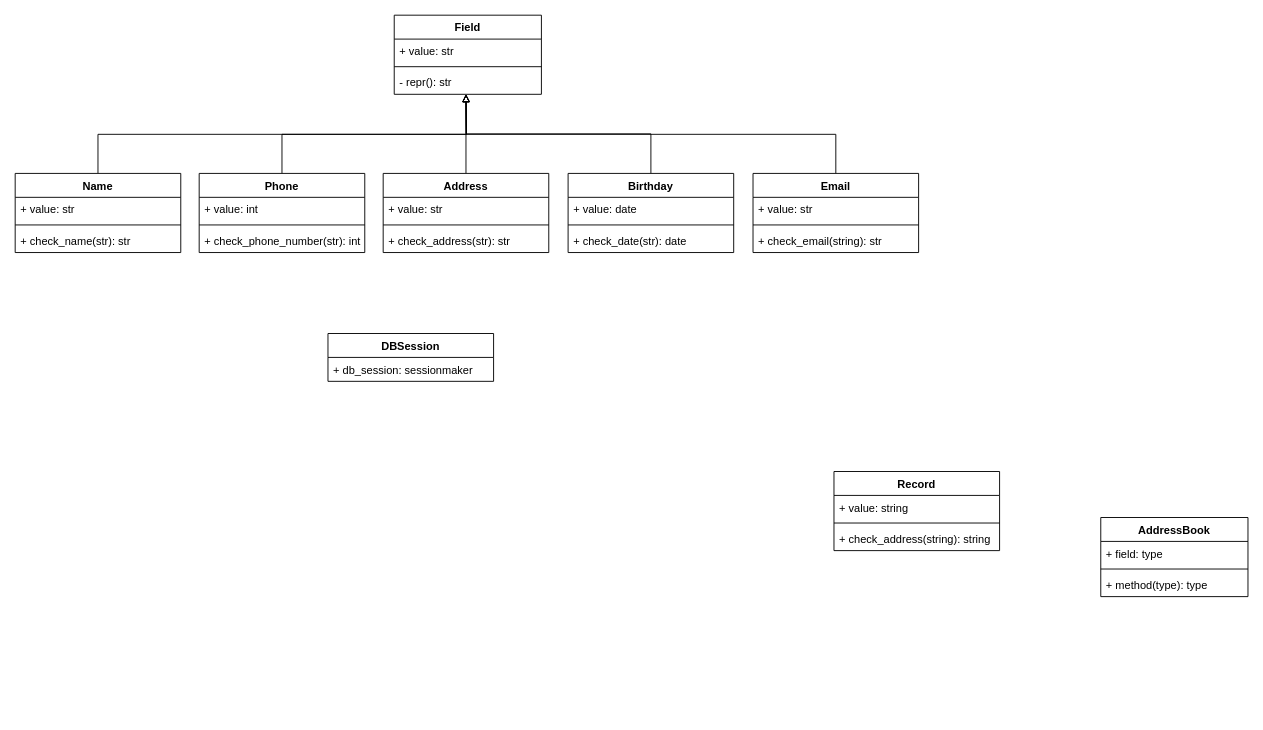
This is page "Страница 2" (2 of 2) of UML/Team-8-command-project.drawio from Pavlomatolikov/Python_web_2.0, a draw.io file, before an edit. Source tidied: cells renumbered, new cells numbered last; positions are measured from the earlier drawing's top-left corner, leaving out a move shared by most shapes. Both pictures are drawn from the tidied source at 92%, with x=0, y=0 at pixel (15, 15).
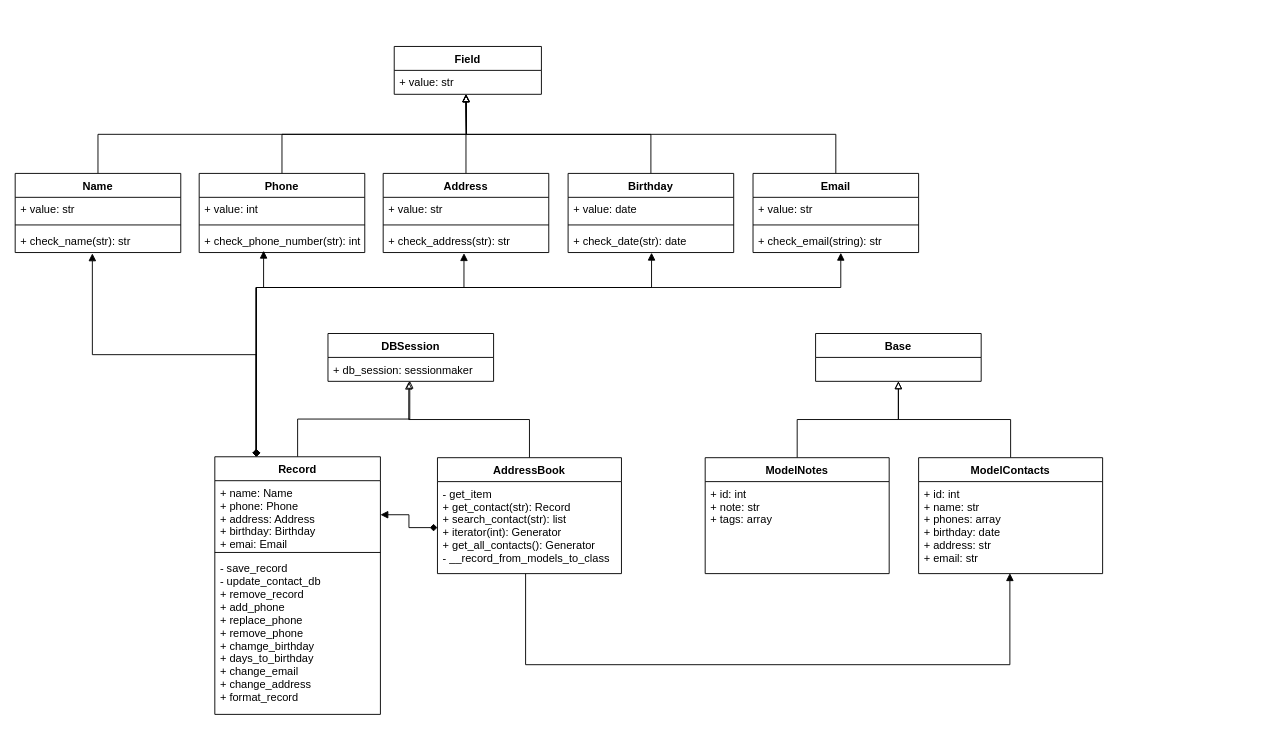
The same page after the edit.

The change refers to these unchanged cells:
```xml
<mxCell id="14" value="+ check_address(str): str" style="text;strokeColor=none;fillColor=none;align=left;verticalAlign=top;spacingLeft=4;spacingRight=4;overflow=hidden;points=[[0,0.5],[1,0.5]];portConstraint=eastwest;" parent="11" vertex="1">
  <mxGeometry y="60" width="180" height="26" as="geometry" />
</mxCell>
<mxCell id="16" value="Birthday" style="swimlane;fontStyle=1;align=center;verticalAlign=top;horizontal=1;startSize=26;" parent="1" vertex="1">
  <mxGeometry x="601" y="172" width="180" height="86" as="geometry" />
</mxCell>
<mxCell id="19" value="+ check_date(str): date" style="text;strokeColor=none;fillColor=none;align=left;verticalAlign=top;spacingLeft=4;spacingRight=4;overflow=hidden;points=[[0,0.5],[1,0.5]];portConstraint=eastwest;" parent="16" vertex="1">
  <mxGeometry y="60" width="180" height="26" as="geometry" />
</mxCell>
<mxCell id="24" value="+ check_email(string): str" style="text;strokeColor=none;fillColor=none;align=left;verticalAlign=top;spacingLeft=4;spacingRight=4;overflow=hidden;points=[[0,0.5],[1,0.5]];portConstraint=eastwest;" parent="21" vertex="1">
  <mxGeometry y="60" width="180" height="26" as="geometry" />
</mxCell>
<mxCell id="29" value="+ check_phone_number(str): int" style="text;strokeColor=none;fillColor=none;align=left;verticalAlign=top;spacingLeft=4;spacingRight=4;overflow=hidden;points=[[0,0.5],[1,0.5]];portConstraint=eastwest;" parent="26" vertex="1">
  <mxGeometry y="60" width="180" height="26" as="geometry" />
</mxCell>
<mxCell id="34" value="+ check_name(str): str" style="text;strokeColor=none;fillColor=none;align=left;verticalAlign=top;spacingLeft=4;spacingRight=4;overflow=hidden;points=[[0,0.5],[1,0.5]];portConstraint=eastwest;" parent="31" vertex="1">
  <mxGeometry y="60" width="180" height="26" as="geometry" />
</mxCell>
<mxCell id="40" value="+ db_session: sessionmaker" style="text;strokeColor=none;fillColor=none;align=left;verticalAlign=top;spacingLeft=4;spacingRight=4;overflow=hidden;points=[[0,0.5],[1,0.5]];portConstraint=eastwest;" parent="39" vertex="1">
  <mxGeometry y="26" width="180" height="26" as="geometry" />
</mxCell>
```

What changed in the source:
```diff
@@
+    <mxCell id="41" style="edgeStyle=orthogonalEdgeStyle;rounded=0;jettySize=auto;html=1;exitX=0.5;exitY=0;exitDx=0;exitDy=0;endArrow=block;endFill=0;entryX=0.488;entryY=1.015;entryDx=0;entryDy=0;entryPerimeter=0;" parent="1" edge="1" source="2" target="40">
+      <mxGeometry relative="1" as="geometry" />
+    </mxCell>
     <mxCell id="2" value="AddressBook" style="swimlane;fontStyle=1;align=center;verticalAlign=top;horizontal=1;startSize=26;" parent="1" vertex="1">
-      <mxGeometry x="1180" y="546" width="160" height="86" as="geometry" />
+      <mxGeometry x="459" y="481" width="200" height="126" as="geometry" />
     </mxCell>
-    <mxCell id="3" value="+ field: type" style="text;strokeColor=none;fillColor=none;align=left;verticalAlign=top;spacingLeft=4;spacingRight=4;overflow=hidden;" parent="2" vertex="1">
-      <mxGeometry y="26" width="160" height="26" as="geometry" />
-    </mxCell>
-    <mxCell id="4" style="line;strokeWidth=1;fillColor=none;align=left;verticalAlign=middle;spacingTop=-1;spacingLeft=3;spacingRight=3;labelPosition=right;strokeColor=inherit;" parent="2" vertex="1">
-      <mxGeometry y="52" width="160" height="8" as="geometry" />
-    </mxCell>
-    <mxCell id="5" value="+ method(type): type" style="text;strokeColor=none;fillColor=none;align=left;verticalAlign=top;spacingLeft=4;spacingRight=4;overflow=hidden;points=[[0,0.5],[1,0.5]];portConstraint=eastwest;" parent="2" vertex="1">
-      <mxGeometry y="60" width="160" height="26" as="geometry" />
+    <mxCell id="5" value="- get_item&#10;+ get_contact(str): Record&#10;+ search_contact(str): list&#10;+ iterator(int): Generator&#10;+ get_all_contacts(): Generator&#10;- __record_from_models_to_class " style="text;strokeColor=none;fillColor=none;align=left;verticalAlign=top;spacingLeft=4;spacingRight=4;overflow=hidden;points=[[0,0.5],[1,0.5]];portConstraint=eastwest;" parent="2" vertex="1">
+      <mxGeometry y="26" width="200" height="100" as="geometry" />
     </mxCell>
     <mxCell id="6" value="Field" style="swimlane;fontStyle=1;align=center;verticalAlign=top;horizontal=1;startSize=26;" parent="1" vertex="1">
-      <mxGeometry x="412" width="160" height="86" as="geometry" />
+      <mxGeometry x="412" y="34" width="160" height="52" as="geometry" />
     </mxCell>
@@
-    <mxCell id="8" style="line;strokeWidth=1;fillColor=none;align=left;verticalAlign=middle;spacingTop=-1;spacingLeft=3;spacingRight=3;labelPosition=right;strokeColor=inherit;" parent="6" vertex="1">
-      <mxGeometry y="52" width="160" height="8" as="geometry" />
-    </mxCell>
-    <mxCell id="9" value="- repr(): str" style="text;strokeColor=none;fillColor=none;align=left;verticalAlign=top;spacingLeft=4;spacingRight=4;overflow=hidden;points=[[0,0.5],[1,0.5]];portConstraint=eastwest;" parent="6" vertex="1">
-      <mxGeometry y="60" width="160" height="26" as="geometry" />
-    </mxCell>
@@
-    <mxCell id="15" style="edgeStyle=orthogonalEdgeStyle;rounded=0;jettySize=auto;html=1;endArrow=block;endFill=0;exitX=0.5;exitY=0;exitDx=0;exitDy=0;entryX=0.488;entryY=1.004;entryDx=0;entryDy=0;entryPerimeter=0;" parent="1" edge="1" source="16" target="9">
-      <mxGeometry relative="1" as="geometry" />
+    <mxCell id="15" style="edgeStyle=orthogonalEdgeStyle;rounded=0;jettySize=auto;html=1;endArrow=block;endFill=0;exitX=0.5;exitY=0;exitDx=0;exitDy=0;entryX=0.488;entryY=1.004;entryDx=0;entryDy=0;entryPerimeter=0;" parent="1" edge="1" source="16">
+      <mxGeometry relative="1" as="geometry">
+        <mxPoint x="490.1" y="86.1" as="targetPoint" />
+      </mxGeometry>
     </mxCell>
@@
+    <mxCell id="42" style="edgeStyle=orthogonalEdgeStyle;rounded=0;jettySize=auto;html=1;exitX=0.5;exitY=0;exitDx=0;exitDy=0;entryX=0.494;entryY=0.978;entryDx=0;entryDy=0;entryPerimeter=0;endArrow=block;endFill=0;" parent="1" edge="1" source="35" target="40">
+      <mxGeometry relative="1" as="geometry" />
+    </mxCell>
+    <mxCell id="43" style="edgeStyle=orthogonalEdgeStyle;rounded=0;jettySize=auto;html=1;exitX=0.25;exitY=0;exitDx=0;exitDy=0;entryX=0.466;entryY=1.034;entryDx=0;entryDy=0;entryPerimeter=0;startArrow=diamond;startFill=1;endArrow=block;endFill=1;" parent="1" edge="1" source="35" target="34">
+      <mxGeometry relative="1" as="geometry" />
+    </mxCell>
+    <mxCell id="44" style="edgeStyle=orthogonalEdgeStyle;rounded=0;jettySize=auto;html=1;exitX=0.25;exitY=0;exitDx=0;exitDy=0;entryX=0.389;entryY=0.923;entryDx=0;entryDy=0;entryPerimeter=0;startArrow=diamond;startFill=1;endArrow=block;endFill=1;" parent="1" edge="1" source="35" target="29">
+      <mxGeometry relative="1" as="geometry">
+        <Array as="points">
+          <mxPoint x="262" y="296" />
+          <mxPoint x="270" y="296" />
+        </Array>
+      </mxGeometry>
+    </mxCell>
+    <mxCell id="45" style="edgeStyle=orthogonalEdgeStyle;rounded=0;jettySize=auto;html=1;exitX=0.25;exitY=0;exitDx=0;exitDy=0;entryX=0.488;entryY=1.025;entryDx=0;entryDy=0;entryPerimeter=0;startArrow=diamond;startFill=1;endArrow=block;endFill=1;" parent="1" edge="1" source="35" target="14">
+      <mxGeometry relative="1" as="geometry">
+        <Array as="points">
+          <mxPoint x="262" y="296" />
+          <mxPoint x="488" y="296" />
+        </Array>
+      </mxGeometry>
+    </mxCell>
+    <mxCell id="46" style="edgeStyle=orthogonalEdgeStyle;rounded=0;jettySize=auto;html=1;exitX=0.25;exitY=0;exitDx=0;exitDy=0;entryX=0.504;entryY=1.006;entryDx=0;entryDy=0;entryPerimeter=0;startArrow=diamond;startFill=1;endArrow=block;endFill=1;" parent="1" edge="1" source="35" target="19">
+      <mxGeometry relative="1" as="geometry">
+        <Array as="points">
+          <mxPoint x="262" y="296" />
+          <mxPoint x="692" y="296" />
+        </Array>
+      </mxGeometry>
+    </mxCell>
+    <mxCell id="47" style="edgeStyle=orthogonalEdgeStyle;rounded=0;jettySize=auto;html=1;exitX=0.25;exitY=0;exitDx=0;exitDy=0;entryX=0.53;entryY=1.009;entryDx=0;entryDy=0;entryPerimeter=0;startArrow=diamond;startFill=1;endArrow=block;endFill=1;" parent="1" edge="1" source="35" target="24">
+      <mxGeometry relative="1" as="geometry">
+        <Array as="points">
+          <mxPoint x="262" y="296" />
+          <mxPoint x="897" y="296" />
+        </Array>
+      </mxGeometry>
+    </mxCell>
     <mxCell id="35" value="Record" style="swimlane;fontStyle=1;align=center;verticalAlign=top;horizontal=1;startSize=26;" parent="1" vertex="1">
-      <mxGeometry x="890" y="496" width="180" height="86" as="geometry" />
+      <mxGeometry x="217" y="480" width="180" height="280" as="geometry" />
     </mxCell>
-    <mxCell id="36" value="+ value: string" style="text;strokeColor=none;fillColor=none;align=left;verticalAlign=top;spacingLeft=4;spacingRight=4;overflow=hidden;points=[[0,0.5],[1,0.5]];portConstraint=eastwest;" parent="35" vertex="1">
-      <mxGeometry y="26" width="180" height="26" as="geometry" />
+    <mxCell id="36" value="+ name: Name&#10;+ phone: Phone&#10;+ address: Address&#10;+ birthday: Birthday&#10;+ emai: Email" style="text;strokeColor=none;fillColor=none;align=left;verticalAlign=top;spacingLeft=4;spacingRight=4;overflow=hidden;points=[[0,0.5],[1,0.5]];portConstraint=eastwest;" parent="35" vertex="1">
+      <mxGeometry y="26" width="180" height="74" as="geometry" />
     </mxCell>
     <mxCell id="37" style="line;strokeWidth=1;fillColor=none;align=left;verticalAlign=middle;spacingTop=-1;spacingLeft=3;spacingRight=3;labelPosition=right;strokeColor=inherit;" parent="35" vertex="1">
-      <mxGeometry y="52" width="180" height="8" as="geometry" />
+      <mxGeometry y="100" width="180" height="8" as="geometry" />
     </mxCell>
-    <mxCell id="38" value="+ check_address(string): string" style="text;strokeColor=none;fillColor=none;align=left;verticalAlign=top;spacingLeft=4;spacingRight=4;overflow=hidden;" parent="35" vertex="1">
-      <mxGeometry y="60" width="180" height="26" as="geometry" />
+    <mxCell id="38" value="- save_record&#10;- update_contact_db&#10;+ remove_record&#10;+ add_phone&#10;+ replace_phone&#10;+ remove_phone&#10;+ chamge_birthday&#10;+ days_to_birthday&#10;+ change_email&#10;+ change_address&#10;+ format_record&#10;" style="text;strokeColor=none;fillColor=none;align=left;verticalAlign=top;spacingLeft=4;spacingRight=4;overflow=hidden;" parent="35" vertex="1">
+      <mxGeometry y="108" width="180" height="172" as="geometry" />
     </mxCell>
@@
+    <mxCell id="48" style="edgeStyle=orthogonalEdgeStyle;rounded=0;jettySize=auto;html=1;exitX=0.5;exitY=0;exitDx=0;exitDy=0;entryX=0.5;entryY=1;entryDx=0;entryDy=0;endArrow=block;endFill=0;" parent="1" edge="1" source="49" target="54">
+      <mxGeometry relative="1" as="geometry" />
+    </mxCell>
+    <mxCell id="49" value="ModelNotes" style="swimlane;fontStyle=1;align=center;verticalAlign=top;horizontal=1;startSize=26;" parent="1" vertex="1">
+      <mxGeometry x="750" y="481" width="200" height="126" as="geometry" />
+    </mxCell>
+    <mxCell id="50" value="+ id: int&#10;+ note: str&#10;+ tags: array" style="text;strokeColor=none;fillColor=none;align=left;verticalAlign=top;spacingLeft=4;spacingRight=4;overflow=hidden;" parent="49" vertex="1">
+      <mxGeometry y="26" width="200" height="100" as="geometry" />
+    </mxCell>
+    <mxCell id="51" style="edgeStyle=orthogonalEdgeStyle;rounded=0;jettySize=auto;html=1;exitX=0.5;exitY=0;exitDx=0;exitDy=0;endArrow=block;endFill=0;entryX=0.5;entryY=1;entryDx=0;entryDy=0;" parent="1" edge="1" source="52" target="54">
+      <mxGeometry relative="1" as="geometry" />
+    </mxCell>
+    <mxCell id="52" value="ModelContacts" style="swimlane;fontStyle=1;align=center;verticalAlign=top;horizontal=1;startSize=26;" parent="1" vertex="1">
+      <mxGeometry x="982" y="481" width="200" height="126" as="geometry" />
+    </mxCell>
+    <mxCell id="53" value="+ id: int&#10;+ name: str&#10;+ phones: array&#10;+ birthday: date&#10;+ address: str&#10;+ email: str" style="text;strokeColor=none;fillColor=none;align=left;verticalAlign=top;spacingLeft=4;spacingRight=4;overflow=hidden;points=[[0,0.5],[1,0.5]];portConstraint=eastwest;" parent="52" vertex="1">
+      <mxGeometry y="26" width="200" height="100" as="geometry" />
+    </mxCell>
+    <mxCell id="54" value="Base" style="swimlane;fontStyle=1;align=center;verticalAlign=top;horizontal=1;startSize=26;" parent="1" vertex="1">
+      <mxGeometry x="870" y="346" width="180" height="52" as="geometry" />
+    </mxCell>
+    <mxCell id="55" style="edgeStyle=orthogonalEdgeStyle;rounded=0;jettySize=auto;html=1;exitX=1;exitY=0.5;exitDx=0;exitDy=0;entryX=0;entryY=0.5;entryDx=0;entryDy=0;endArrow=diamond;endFill=1;startArrow=block;startFill=1;" parent="1" edge="1" source="36" target="5">
+      <mxGeometry relative="1" as="geometry" />
+    </mxCell>
+    <mxCell id="56" style="edgeStyle=orthogonalEdgeStyle;rounded=0;jettySize=auto;html=1;exitX=0.479;exitY=1.001;exitDx=0;exitDy=0;entryX=0.496;entryY=0.995;entryDx=0;entryDy=0;entryPerimeter=0;startArrow=none;startFill=0;endArrow=block;endFill=1;exitPerimeter=0;" parent="1" edge="1" source="5" target="53">
+      <mxGeometry relative="1" as="geometry">
+        <Array as="points">
+          <mxPoint x="555" y="706" />
+          <mxPoint x="1081" y="706" />
+        </Array>
+      </mxGeometry>
+    </mxCell>
```
